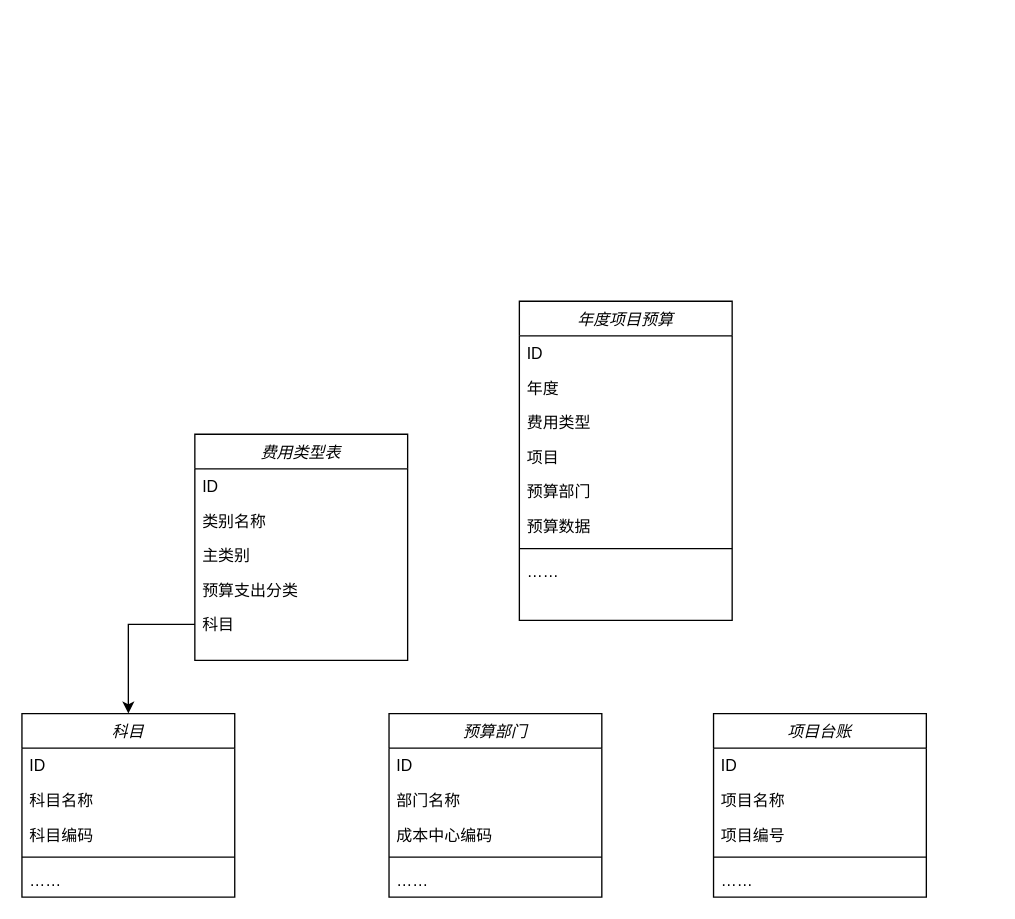
Earlier version of the draw.io diagram draw/Untitled Diagram.drawio (titanzhi/drawfiiles). Source tidied: cells renumbered, new cells numbered last; positions are measured from the earlier drawing's top-left corner, leaving out a move shared by most shapes. Both pictures are drawn from the tidied source at 133%, with x=0, y=0 at pixel (21, 301).
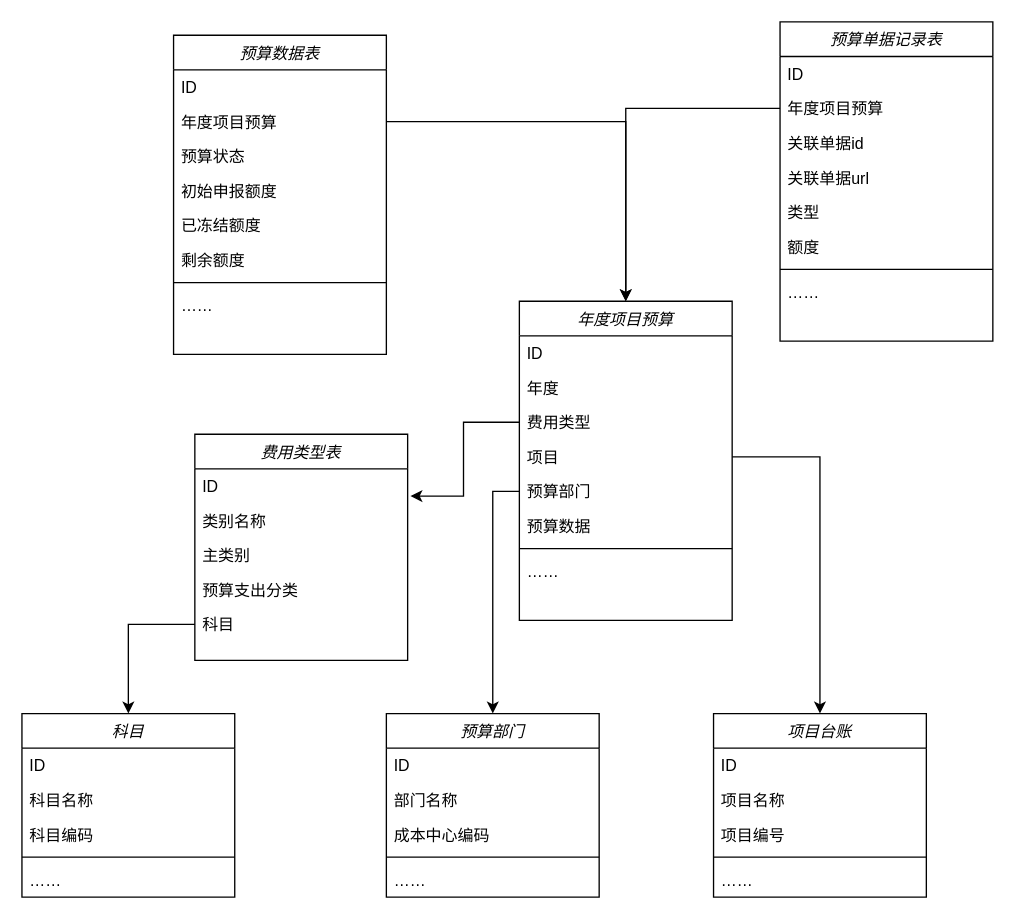
The same diagram, later.

The change refers to these unchanged cells:
```xml
<mxCell id="15" value="ID" style="text;align=left;verticalAlign=top;spacingLeft=4;spacingRight=4;overflow=hidden;points=[[0,0.5],[1,0.5]];portConstraint=eastwest;" parent="14" vertex="1">
  <mxGeometry y="26" width="160" height="26" as="geometry" />
</mxCell>
<mxCell id="21" value="项目台账" style="swimlane;fontStyle=2;align=center;verticalAlign=top;horizontal=1;startSize=26;rounded=0;shadow=0;strokeWidth=1;" parent="1" vertex="1">
  <mxGeometry x="520" y="310" width="160" height="138" as="geometry" />
</mxCell>
<mxCell id="27" value="年度项目预算" style="swimlane;fontStyle=2;align=center;verticalAlign=top;horizontal=1;startSize=26;rounded=0;shadow=0;strokeWidth=1;" parent="1" vertex="1">
  <mxGeometry x="374" width="160" height="240" as="geometry" />
</mxCell>
<mxCell id="30" value="费用类型" style="text;align=left;verticalAlign=top;spacingLeft=4;spacingRight=4;overflow=hidden;points=[[0,0.5],[1,0.5]];portConstraint=eastwest;rounded=0;shadow=0;html=0;" parent="27" vertex="1">
  <mxGeometry y="78" width="160" height="26" as="geometry" />
</mxCell>
<mxCell id="31" value="项目" style="text;align=left;verticalAlign=top;spacingLeft=4;spacingRight=4;overflow=hidden;points=[[0,0.5],[1,0.5]];portConstraint=eastwest;rounded=0;shadow=0;html=0;" parent="27" vertex="1">
  <mxGeometry y="104" width="160" height="26" as="geometry" />
</mxCell>
<mxCell id="32" value="预算部门" style="text;align=left;verticalAlign=top;spacingLeft=4;spacingRight=4;overflow=hidden;points=[[0,0.5],[1,0.5]];portConstraint=eastwest;rounded=0;shadow=0;html=0;" parent="27" vertex="1">
  <mxGeometry y="130" width="160" height="26" as="geometry" />
</mxCell>
```

Diff of the diagram source:
```diff
@@
     <mxCell id="8" value="预算部门" style="swimlane;fontStyle=2;align=center;verticalAlign=top;horizontal=1;startSize=26;rounded=0;shadow=0;strokeWidth=1;" parent="1" vertex="1">
-      <mxGeometry x="276" y="310" width="160" height="138" as="geometry" />
+      <mxGeometry x="274" y="310" width="160" height="138" as="geometry" />
     </mxCell>
@@
+    <mxCell id="36" style="edgeStyle=orthogonalEdgeStyle;rounded=0;jettySize=auto;html=1;entryX=1.013;entryY=0.788;entryDx=0;entryDy=0;entryPerimeter=0;" parent="1" edge="1" source="30" target="15">
+      <mxGeometry relative="1" as="geometry" />
+    </mxCell>
+    <mxCell id="37" style="edgeStyle=orthogonalEdgeStyle;rounded=0;jettySize=auto;html=1;entryX=0.5;entryY=0;entryDx=0;entryDy=0;" parent="1" edge="1" source="31" target="21">
+      <mxGeometry relative="1" as="geometry" />
+    </mxCell>
+    <mxCell id="38" style="edgeStyle=orthogonalEdgeStyle;rounded=0;jettySize=auto;html=1;" parent="1" edge="1" source="32" target="8">
+      <mxGeometry relative="1" as="geometry" />
+    </mxCell>
+    <mxCell id="39" value="预算数据表" style="swimlane;fontStyle=2;align=center;verticalAlign=top;horizontal=1;startSize=26;rounded=0;shadow=0;strokeWidth=1;" parent="1" vertex="1">
+      <mxGeometry x="114" y="-200" width="160" height="240" as="geometry" />
+    </mxCell>
+    <mxCell id="40" value="ID" style="text;align=left;verticalAlign=top;spacingLeft=4;spacingRight=4;overflow=hidden;" parent="39" vertex="1">
+      <mxGeometry y="26" width="160" height="26" as="geometry" />
+    </mxCell>
+    <mxCell id="41" value="年度项目预算" style="text;align=left;verticalAlign=top;spacingLeft=4;spacingRight=4;overflow=hidden;points=[[0,0.5],[1,0.5]];portConstraint=eastwest;rounded=0;shadow=0;html=0;" parent="39" vertex="1">
+      <mxGeometry y="52" width="160" height="26" as="geometry" />
+    </mxCell>
+    <mxCell id="42" value="预算状态" style="text;align=left;verticalAlign=top;spacingLeft=4;spacingRight=4;overflow=hidden;rounded=0;shadow=0;html=0;" parent="39" vertex="1">
+      <mxGeometry y="78" width="160" height="26" as="geometry" />
+    </mxCell>
+    <mxCell id="43" value="初始申报额度" style="text;align=left;verticalAlign=top;spacingLeft=4;spacingRight=4;overflow=hidden;rounded=0;shadow=0;html=0;" parent="39" vertex="1">
+      <mxGeometry y="104" width="160" height="26" as="geometry" />
+    </mxCell>
+    <mxCell id="44" value="已冻结额度" style="text;align=left;verticalAlign=top;spacingLeft=4;spacingRight=4;overflow=hidden;rounded=0;shadow=0;html=0;" parent="39" vertex="1">
+      <mxGeometry y="130" width="160" height="26" as="geometry" />
+    </mxCell>
+    <mxCell id="45" value="剩余额度" style="text;align=left;verticalAlign=top;spacingLeft=4;spacingRight=4;overflow=hidden;rounded=0;shadow=0;html=0;" parent="39" vertex="1">
+      <mxGeometry y="156" width="160" height="26" as="geometry" />
+    </mxCell>
+    <mxCell id="46" style="line;html=1;strokeWidth=1;align=left;verticalAlign=middle;spacingTop=-1;spacingLeft=3;spacingRight=3;labelPosition=right;" parent="39" vertex="1">
+      <mxGeometry y="182" width="160" height="8" as="geometry" />
+    </mxCell>
+    <mxCell id="47" value="……" style="text;align=left;verticalAlign=top;spacingLeft=4;spacingRight=4;overflow=hidden;" parent="39" vertex="1">
+      <mxGeometry y="190" width="160" height="26" as="geometry" />
+    </mxCell>
+    <mxCell id="48" style="edgeStyle=orthogonalEdgeStyle;rounded=0;jettySize=auto;html=1;" parent="1" edge="1" source="41" target="27">
+      <mxGeometry relative="1" as="geometry" />
+    </mxCell>
+    <mxCell id="49" value="预算单据记录表" style="swimlane;fontStyle=2;align=center;verticalAlign=top;horizontal=1;startSize=26;rounded=0;shadow=0;strokeWidth=1;" parent="1" vertex="1">
+      <mxGeometry x="570" y="-210" width="160" height="240" as="geometry" />
+    </mxCell>
+    <mxCell id="50" value="ID" style="text;align=left;verticalAlign=top;spacingLeft=4;spacingRight=4;overflow=hidden;" parent="49" vertex="1">
+      <mxGeometry y="26" width="160" height="26" as="geometry" />
+    </mxCell>
+    <mxCell id="51" value="年度项目预算" style="text;align=left;verticalAlign=top;spacingLeft=4;spacingRight=4;overflow=hidden;points=[[0,0.5],[1,0.5]];portConstraint=eastwest;rounded=0;shadow=0;html=0;" parent="49" vertex="1">
+      <mxGeometry y="52" width="160" height="26" as="geometry" />
+    </mxCell>
+    <mxCell id="52" value="关联单据id" style="text;align=left;verticalAlign=top;spacingLeft=4;spacingRight=4;overflow=hidden;rounded=0;shadow=0;html=0;" parent="49" vertex="1">
+      <mxGeometry y="78" width="160" height="26" as="geometry" />
+    </mxCell>
+    <mxCell id="53" value="关联单据url" style="text;align=left;verticalAlign=top;spacingLeft=4;spacingRight=4;overflow=hidden;rounded=0;shadow=0;html=0;" parent="49" vertex="1">
+      <mxGeometry y="104" width="160" height="26" as="geometry" />
+    </mxCell>
+    <mxCell id="54" value="类型" style="text;align=left;verticalAlign=top;spacingLeft=4;spacingRight=4;overflow=hidden;rounded=0;shadow=0;html=0;" parent="49" vertex="1">
+      <mxGeometry y="130" width="160" height="26" as="geometry" />
+    </mxCell>
+    <mxCell id="55" value="额度" style="text;align=left;verticalAlign=top;spacingLeft=4;spacingRight=4;overflow=hidden;rounded=0;shadow=0;html=0;" parent="49" vertex="1">
+      <mxGeometry y="156" width="160" height="26" as="geometry" />
+    </mxCell>
+    <mxCell id="56" style="line;html=1;strokeWidth=1;align=left;verticalAlign=middle;spacingTop=-1;spacingLeft=3;spacingRight=3;labelPosition=right;" parent="49" vertex="1">
+      <mxGeometry y="182" width="160" height="8" as="geometry" />
+    </mxCell>
+    <mxCell id="57" value="……" style="text;align=left;verticalAlign=top;spacingLeft=4;spacingRight=4;overflow=hidden;" parent="49" vertex="1">
+      <mxGeometry y="190" width="160" height="26" as="geometry" />
+    </mxCell>
+    <mxCell id="58" style="edgeStyle=orthogonalEdgeStyle;rounded=0;jettySize=auto;html=1;entryX=0.5;entryY=0;entryDx=0;entryDy=0;" parent="1" edge="1" source="51" target="27">
+      <mxGeometry relative="1" as="geometry" />
+    </mxCell>
```
